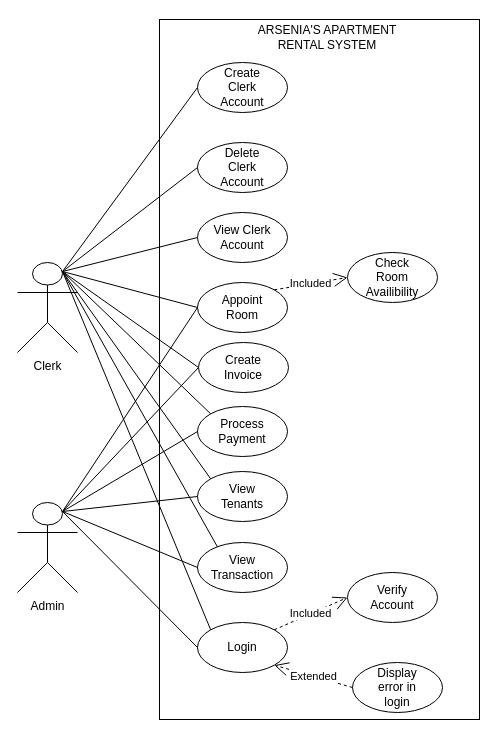
Earlier version of the draw.io diagram USE CASE.drawio (Beskiit/DIAGRAMS). Source tidied: cells renumbered, new cells numbered last; positions are measured from the earlier drawing's top-left corner, leaving out a move shared by most shapes. Both pictures are drawn from the tidied source at 100%, with x=0, y=0 at pixel (17, 19).
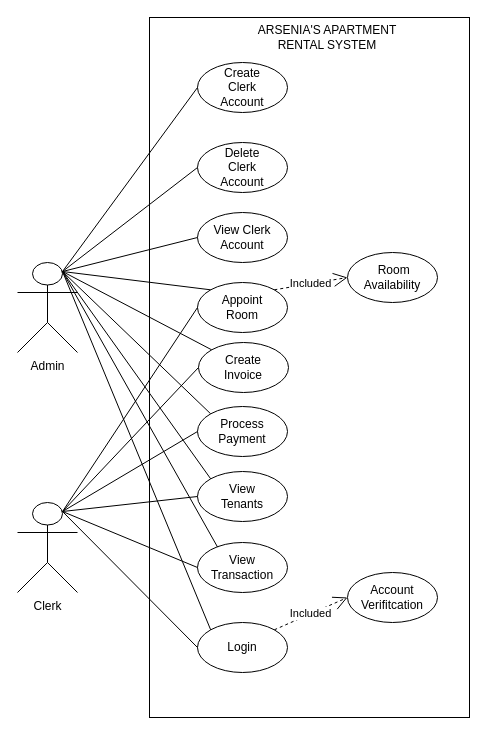
The same diagram, later.

Unchanged cells that the change refers to:
```xml
<mxCell id="7" style="ellipse;whiteSpace=wrap;html=1;" parent="1" vertex="1">
  <mxGeometry x="180" y="263" width="90" height="50" as="geometry" />
</mxCell>
<mxCell id="9" style="ellipse;whiteSpace=wrap;html=1;" parent="1" vertex="1">
  <mxGeometry x="181" y="323" width="90" height="50" as="geometry" />
</mxCell>
<mxCell id="13" style="ellipse;whiteSpace=wrap;html=1;" parent="1" vertex="1">
  <mxGeometry x="180" y="603" width="90" height="50" as="geometry" />
</mxCell>
```

Change to the diagram source:
```diff
@@
     <mxCell id="2" style="rounded=0;whiteSpace=wrap;html=1;" parent="1" vertex="1">
-      <mxGeometry x="142" width="320" height="700" as="geometry" />
+      <mxGeometry x="132" y="-2" width="320" height="700" as="geometry" />
     </mxCell>
-    <mxCell id="3" value="Clerk" style="shape=umlActor;verticalLabelPosition=bottom;verticalAlign=top;html=1;outlineConnect=0;" parent="1" vertex="1">
+    <mxCell id="3" value="Admin" style="shape=umlActor;verticalLabelPosition=bottom;verticalAlign=top;html=1;outlineConnect=0;" parent="1" vertex="1">
       <mxGeometry y="243" width="60" height="90" as="geometry" />
     </mxCell>
-    <mxCell id="4" value="Admin" style="shape=umlActor;verticalLabelPosition=bottom;verticalAlign=top;html=1;outlineConnect=0;" parent="1" vertex="1">
+    <mxCell id="4" value="Clerk" style="shape=umlActor;verticalLabelPosition=bottom;verticalAlign=top;html=1;outlineConnect=0;" parent="1" vertex="1">
       <mxGeometry y="483" width="60" height="90" as="geometry" />
     </mxCell>
@@
-    <mxCell id="16" value="Check Room Availibility" style="text;html=1;align=center;verticalAlign=middle;whiteSpace=wrap;rounded=0;" parent="1" vertex="1">
+    <mxCell id="16" value="&amp;nbsp;Room Availability" style="text;html=1;align=center;verticalAlign=middle;whiteSpace=wrap;rounded=0;" parent="1" vertex="1">
       <mxGeometry x="345" y="243" width="60" height="30" as="geometry" />
     </mxCell>
@@
-    <mxCell id="18" value="Verify Account" style="text;html=1;align=center;verticalAlign=middle;whiteSpace=wrap;rounded=0;" parent="1" vertex="1">
+    <mxCell id="18" value="Account Verifitcation" style="text;html=1;align=center;verticalAlign=middle;whiteSpace=wrap;rounded=0;" parent="1" vertex="1">
       <mxGeometry x="345" y="563" width="60" height="30" as="geometry" />
     </mxCell>
-    <mxCell id="19" style="ellipse;whiteSpace=wrap;html=1;" parent="1" vertex="1">
-      <mxGeometry x="335" y="643" width="90" height="50" as="geometry" />
-    </mxCell>
-    <mxCell id="20" value="Display error in login" style="text;html=1;align=center;verticalAlign=middle;whiteSpace=wrap;rounded=0;" parent="1" vertex="1">
-      <mxGeometry x="350" y="653" width="60" height="30" as="geometry" />
-    </mxCell>
@@
-    <mxCell id="27" value="Extended" style="endArrow=open;endSize=12;dashed=1;html=1;rounded=0;entryX=1;entryY=1;entryDx=0;entryDy=0;exitX=0;exitY=0.5;exitDx=0;exitDy=0;" parent="1" edge="1" source="19" target="13">
-      <mxGeometry relative="1" as="geometry" />
-    </mxCell>
@@
-    <mxCell id="29" style="endArrow=none;html=1;rounded=0;exitX=0.75;exitY=0.1;exitDx=0;exitDy=0;exitPerimeter=0;entryX=0;entryY=0.5;entryDx=0;entryDy=0;" parent="1" edge="1" source="3" target="7">
+    <mxCell id="29" style="endArrow=none;html=1;rounded=0;exitX=0.75;exitY=0.1;exitDx=0;exitDy=0;exitPerimeter=0;entryX=0;entryY=0;entryDx=0;entryDy=0;" parent="1" edge="1" source="3" target="7">
       <mxGeometry relative="1" as="geometry" />
     </mxCell>
-    <mxCell id="30" style="endArrow=none;html=1;rounded=0;exitX=0.75;exitY=0.1;exitDx=0;exitDy=0;exitPerimeter=0;entryX=0;entryY=0.5;entryDx=0;entryDy=0;" parent="1" edge="1" source="3" target="9">
+    <mxCell id="30" style="endArrow=none;html=1;rounded=0;exitX=0.75;exitY=0.1;exitDx=0;exitDy=0;exitPerimeter=0;entryX=0;entryY=0;entryDx=0;entryDy=0;" parent="1" edge="1" source="3" target="9">
       <mxGeometry relative="1" as="geometry" />
     </mxCell>
```
